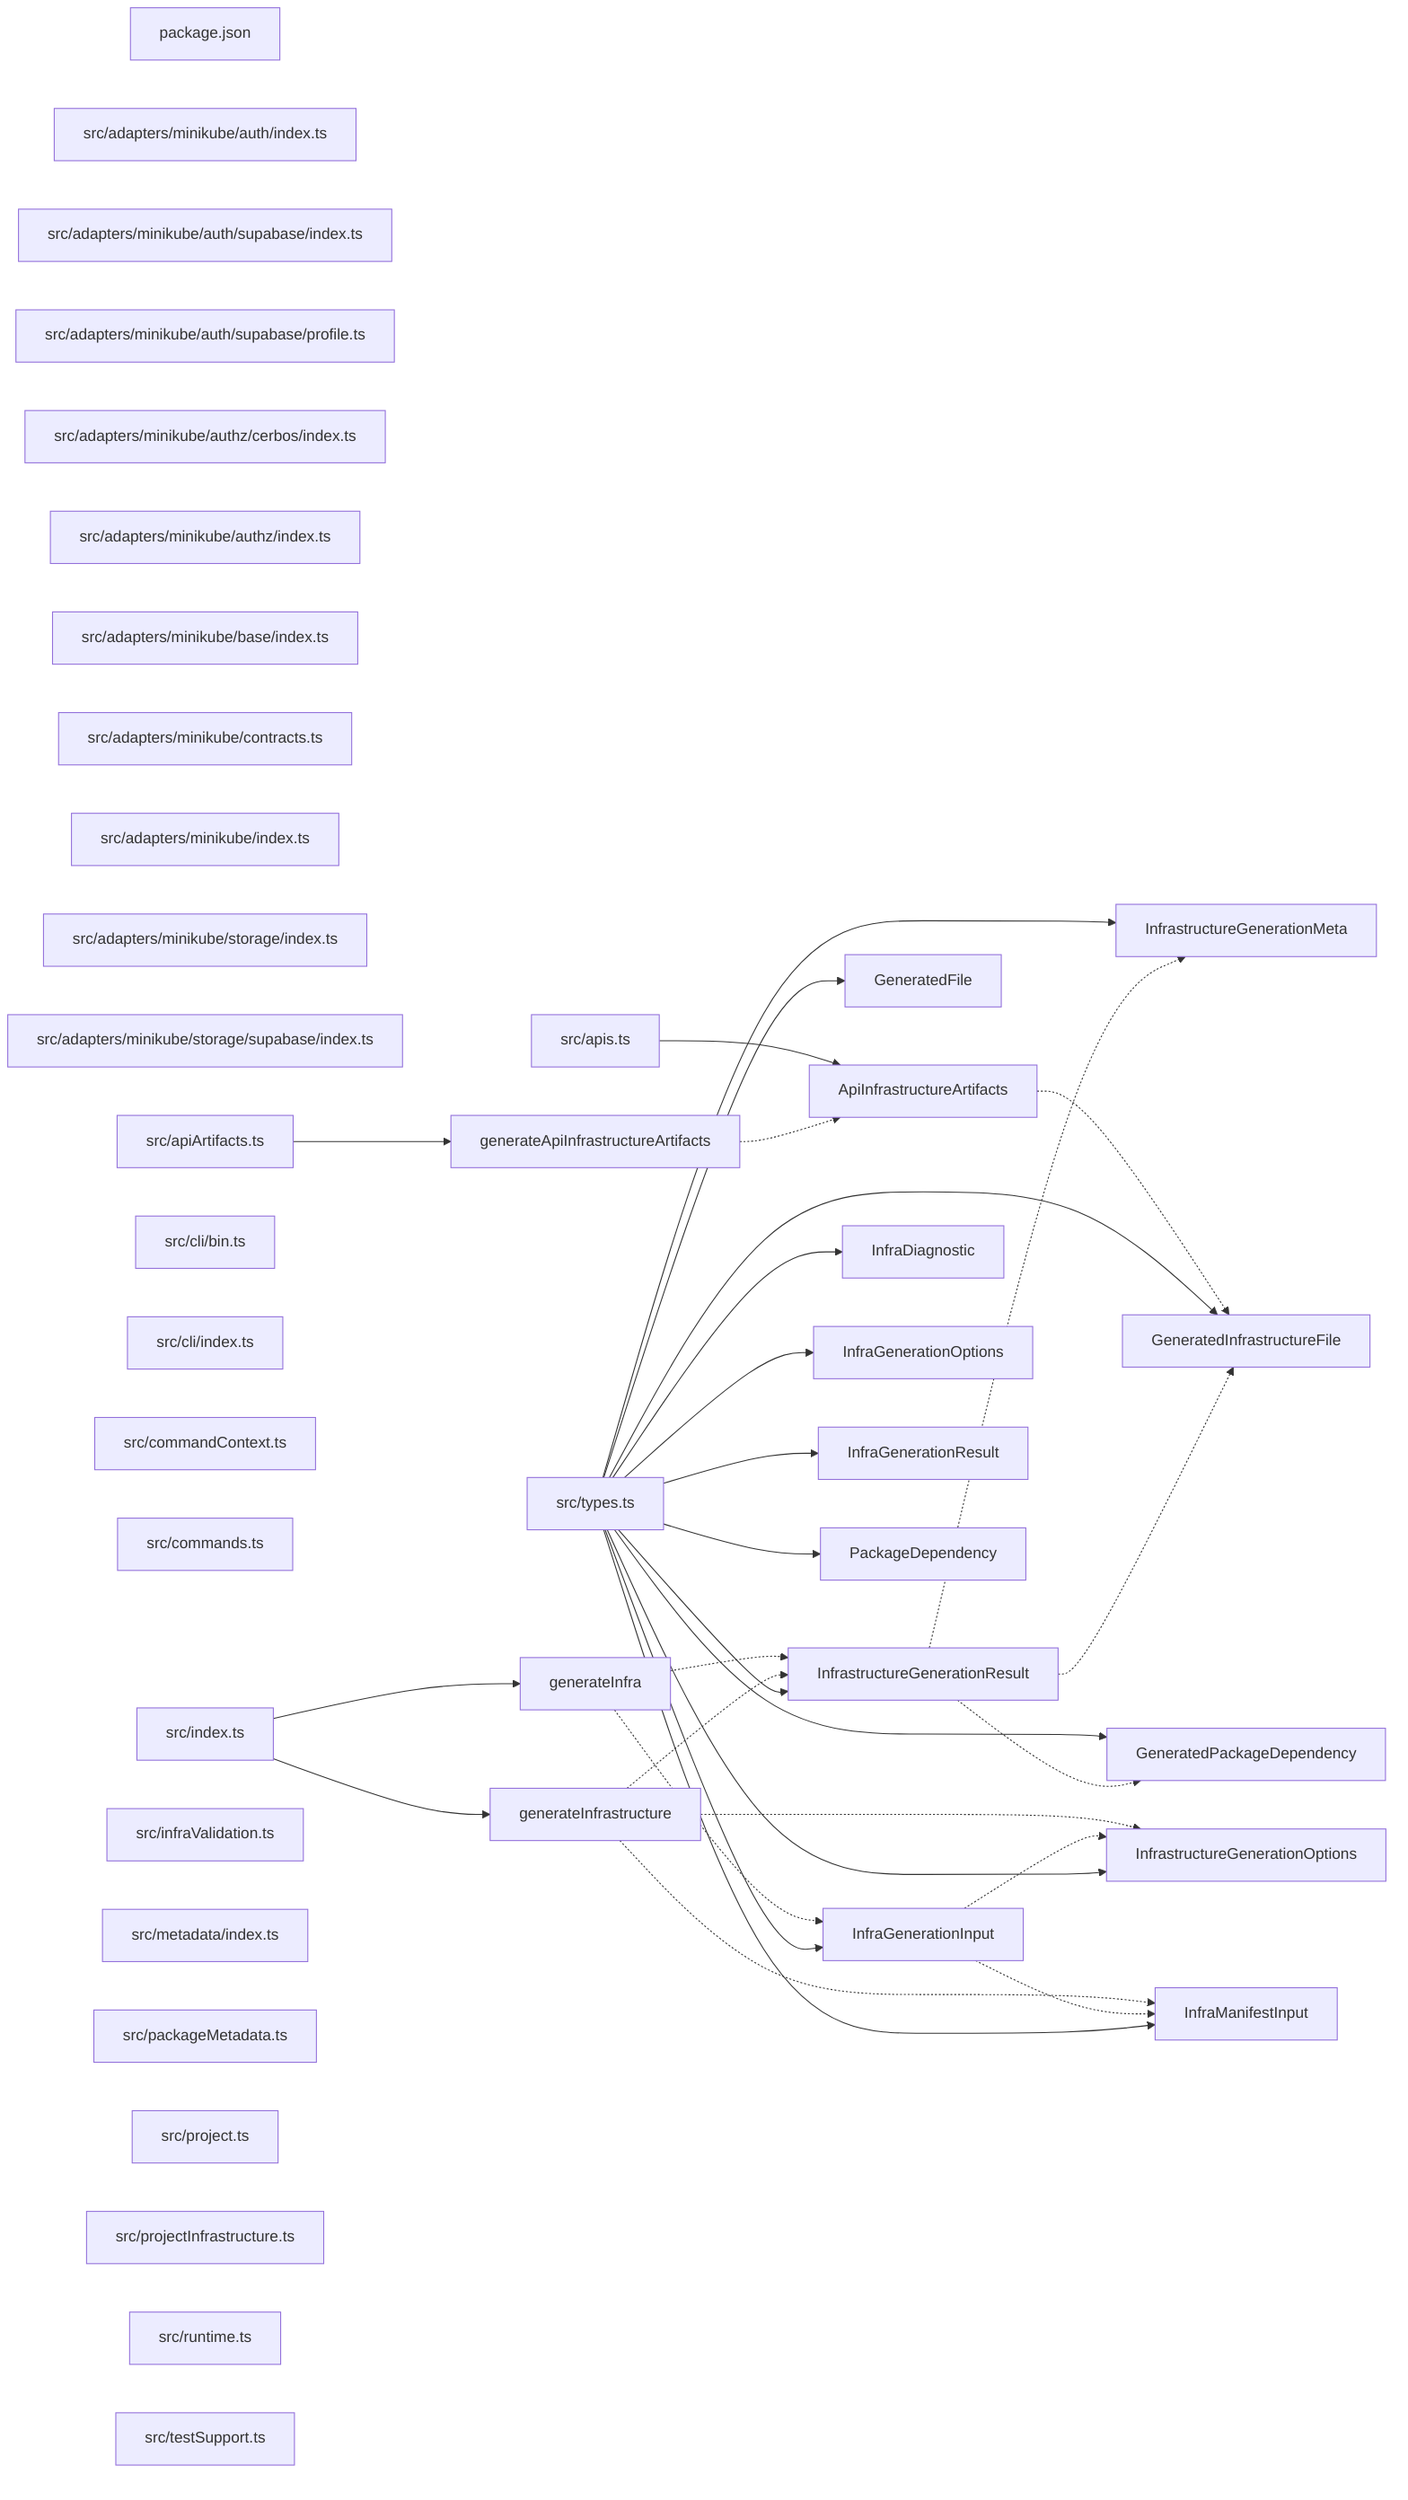
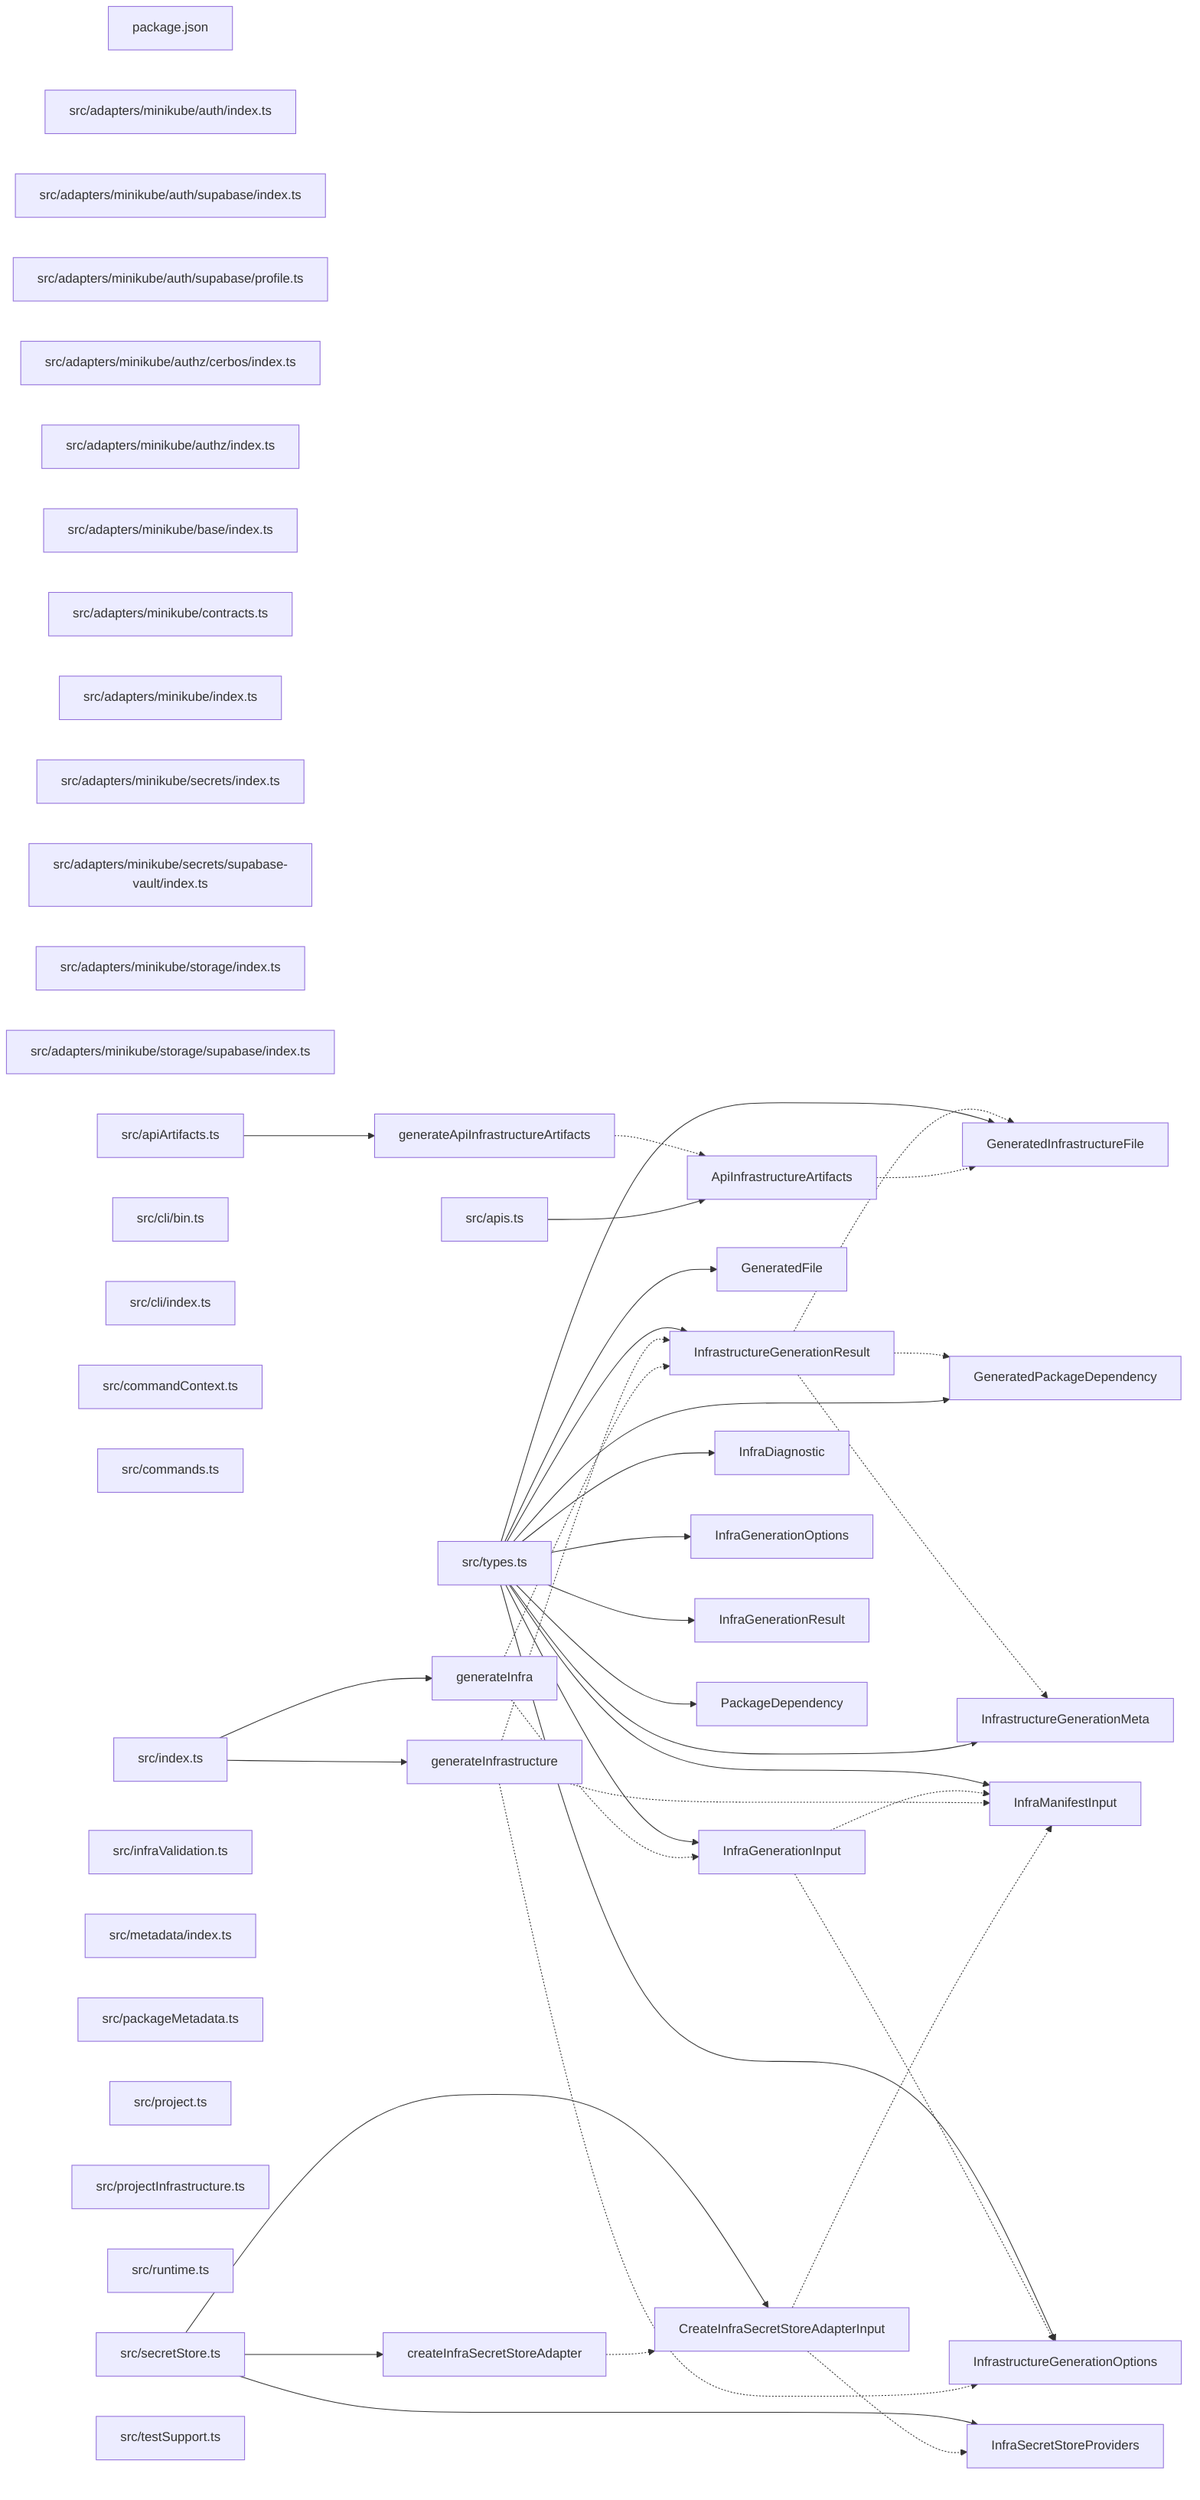
graph LR
  module_package_json["package.json"]
  module_src_adapters_minikube_auth_index_ts["src/adapters/minikube/auth/index.ts"]
  module_src_adapters_minikube_auth_supabase_index_ts["src/adapters/minikube/auth/supabase/index.ts"]
  module_src_adapters_minikube_auth_supabase_profile_ts["src/adapters/minikube/auth/supabase/profile.ts"]
  module_src_adapters_minikube_authz_cerbos_index_ts["src/adapters/minikube/authz/cerbos/index.ts"]
  module_src_adapters_minikube_authz_index_ts["src/adapters/minikube/authz/index.ts"]
  module_src_adapters_minikube_base_index_ts["src/adapters/minikube/base/index.ts"]
  module_src_adapters_minikube_contracts_ts["src/adapters/minikube/contracts.ts"]
  module_src_adapters_minikube_index_ts["src/adapters/minikube/index.ts"]
+   module_src_adapters_minikube_secrets_index_ts["src/adapters/minikube/secrets/index.ts"]
+   module_src_adapters_minikube_secrets_supabase_vault_index_ts["src/adapters/minikube/secrets/supabase-vault/index.ts"]
  module_src_adapters_minikube_storage_index_ts["src/adapters/minikube/storage/index.ts"]
  module_src_adapters_minikube_storage_supabase_index_ts["src/adapters/minikube/storage/supabase/index.ts"]
  module_src_apiArtifacts_ts["src/apiArtifacts.ts"]
  module_src_apis_ts["src/apis.ts"]
  module_src_cli_bin_ts["src/cli/bin.ts"]
  module_src_cli_index_ts["src/cli/index.ts"]
  module_src_commandContext_ts["src/commandContext.ts"]
  module_src_commands_ts["src/commands.ts"]
  module_src_index_ts["src/index.ts"]
  module_src_infraValidation_ts["src/infraValidation.ts"]
  module_src_metadata_index_ts["src/metadata/index.ts"]
  module_src_packageMetadata_ts["src/packageMetadata.ts"]
  module_src_project_ts["src/project.ts"]
  module_src_projectInfrastructure_ts["src/projectInfrastructure.ts"]
  module_src_runtime_ts["src/runtime.ts"]
+   module_src_secretStore_ts["src/secretStore.ts"]
  module_src_testSupport_ts["src/testSupport.ts"]
  module_src_types_ts["src/types.ts"]
  export_ApiInfrastructureArtifacts["ApiInfrastructureArtifacts"]
  module_src_apis_ts --> export_ApiInfrastructureArtifacts
  export_ApiInfrastructureArtifacts -.-> export_GeneratedInfrastructureFile
+   export_createInfraSecretStoreAdapter["createInfraSecretStoreAdapter"]
+   module_src_secretStore_ts --> export_createInfraSecretStoreAdapter
+   export_createInfraSecretStoreAdapter -.-> export_CreateInfraSecretStoreAdapterInput
+   export_CreateInfraSecretStoreAdapterInput["CreateInfraSecretStoreAdapterInput"]
+   module_src_secretStore_ts --> export_CreateInfraSecretStoreAdapterInput
+   export_CreateInfraSecretStoreAdapterInput -.-> export_InfraManifestInput
+   export_CreateInfraSecretStoreAdapterInput -.-> export_InfraSecretStoreProviders
  export_generateApiInfrastructureArtifacts["generateApiInfrastructureArtifacts"]
  module_src_apiArtifacts_ts --> export_generateApiInfrastructureArtifacts
  export_generateApiInfrastructureArtifacts -.-> export_ApiInfrastructureArtifacts
  export_GeneratedFile["GeneratedFile"]
  module_src_types_ts --> export_GeneratedFile
  export_GeneratedInfrastructureFile["GeneratedInfrastructureFile"]
  module_src_types_ts --> export_GeneratedInfrastructureFile
  export_GeneratedPackageDependency["GeneratedPackageDependency"]
  module_src_types_ts --> export_GeneratedPackageDependency
  export_generateInfra["generateInfra"]
  module_src_index_ts --> export_generateInfra
  export_generateInfra -.-> export_InfraGenerationInput
  export_generateInfra -.-> export_InfrastructureGenerationResult
  export_generateInfrastructure["generateInfrastructure"]
  module_src_index_ts --> export_generateInfrastructure
  export_generateInfrastructure -.-> export_InfraManifestInput
  export_generateInfrastructure -.-> export_InfrastructureGenerationOptions
  export_generateInfrastructure -.-> export_InfrastructureGenerationResult
  export_InfraDiagnostic["InfraDiagnostic"]
  module_src_types_ts --> export_InfraDiagnostic
  export_InfraGenerationInput["InfraGenerationInput"]
  module_src_types_ts --> export_InfraGenerationInput
  export_InfraGenerationInput -.-> export_InfraManifestInput
  export_InfraGenerationInput -.-> export_InfrastructureGenerationOptions
  export_InfraGenerationOptions["InfraGenerationOptions"]
  module_src_types_ts --> export_InfraGenerationOptions
  export_InfraGenerationResult["InfraGenerationResult"]
  module_src_types_ts --> export_InfraGenerationResult
  export_InfraManifestInput["InfraManifestInput"]
  module_src_types_ts --> export_InfraManifestInput
+   export_InfraSecretStoreProviders["InfraSecretStoreProviders"]
+   module_src_secretStore_ts --> export_InfraSecretStoreProviders
  export_InfrastructureGenerationMeta["InfrastructureGenerationMeta"]
  module_src_types_ts --> export_InfrastructureGenerationMeta
  export_InfrastructureGenerationOptions["InfrastructureGenerationOptions"]
  module_src_types_ts --> export_InfrastructureGenerationOptions
  export_InfrastructureGenerationResult["InfrastructureGenerationResult"]
  module_src_types_ts --> export_InfrastructureGenerationResult
  export_InfrastructureGenerationResult -.-> export_GeneratedInfrastructureFile
  export_InfrastructureGenerationResult -.-> export_GeneratedPackageDependency
  export_InfrastructureGenerationResult -.-> export_InfrastructureGenerationMeta
  export_PackageDependency["PackageDependency"]
  module_src_types_ts --> export_PackageDependency
